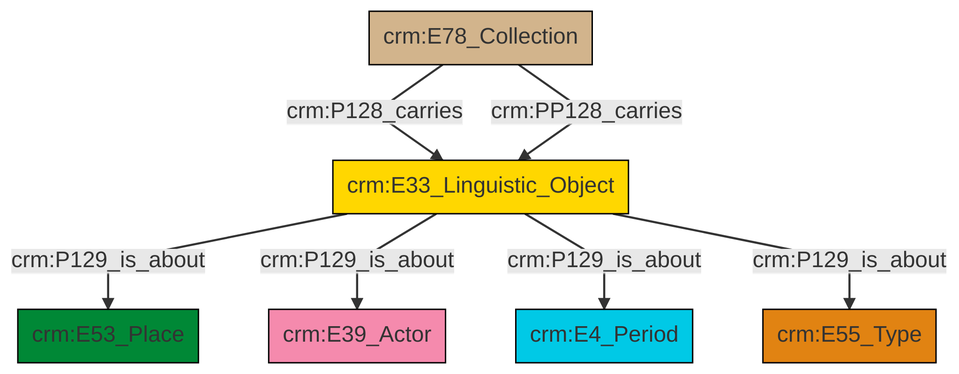
Above: et/archivalCSV/ttl/mmd/png/archival_aboutness.png in swiss-art-research-net/docs.swissartresearch (Mermaid), before the change. Its source is kept beside it as et/archivalCSV/ttl/mmd/archival_aboutness.ttl.mmd.
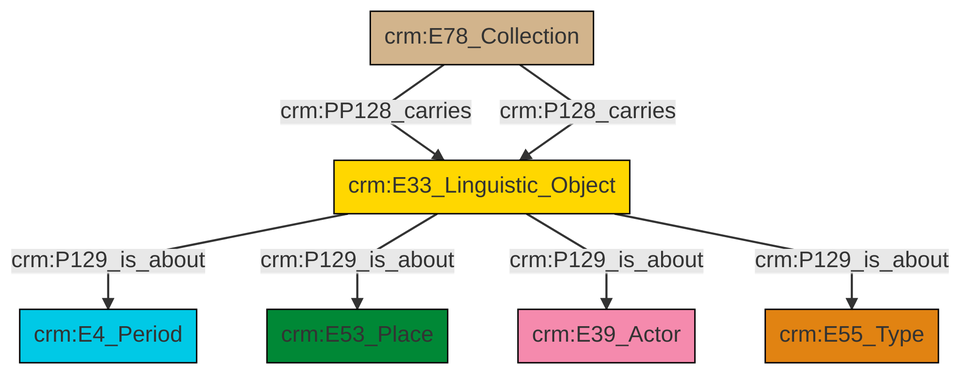
The same file after the commit.

What changed in the source:
```diff
@@ -13,9 +13,9 @@
 classDef PC_Classes fill:#4ce600, stroke:#000000;
 classDef Multi fill:#cccccc,stroke:#000000;
 
-4["crm:E33_Linguistic_Object"]:::Conceptual_Object -->|crm:P129_is_about| 6["crm:E53_Place"]:::Place
-4["crm:E33_Linguistic_Object"]:::Conceptual_Object -->|crm:P129_is_about| 0["crm:E39_Actor"]:::Actor
-9["crm:E78_Collection"]:::Physical_Thing -->|crm:P128_carries| 4["crm:E33_Linguistic_Object"]:::Conceptual_Object
-4["crm:E33_Linguistic_Object"]:::Conceptual_Object -->|crm:P129_is_about| 2["crm:E4_Period"]:::Temporal_Entity
-4["crm:E33_Linguistic_Object"]:::Conceptual_Object -->|crm:P129_is_about| 7["crm:E55_Type"]:::Type
-9["crm:E78_Collection"]:::Physical_Thing -->|crm:PP128_carries| 4["crm:E33_Linguistic_Object"]:::Conceptual_Object
+2["crm:E33_Linguistic_Object"]:::Conceptual_Object -->|crm:P129_is_about| 3["crm:E4_Period"]:::Temporal_Entity
+4["crm:E78_Collection"]:::Physical_Thing -->|crm:PP128_carries| 2["crm:E33_Linguistic_Object"]:::Conceptual_Object
+4["crm:E78_Collection"]:::Physical_Thing -->|crm:P128_carries| 2["crm:E33_Linguistic_Object"]:::Conceptual_Object
+2["crm:E33_Linguistic_Object"]:::Conceptual_Object -->|crm:P129_is_about| 9["crm:E53_Place"]:::Place
+2["crm:E33_Linguistic_Object"]:::Conceptual_Object -->|crm:P129_is_about| 0["crm:E39_Actor"]:::Actor
+2["crm:E33_Linguistic_Object"]:::Conceptual_Object -->|crm:P129_is_about| 6["crm:E55_Type"]:::Type
```
